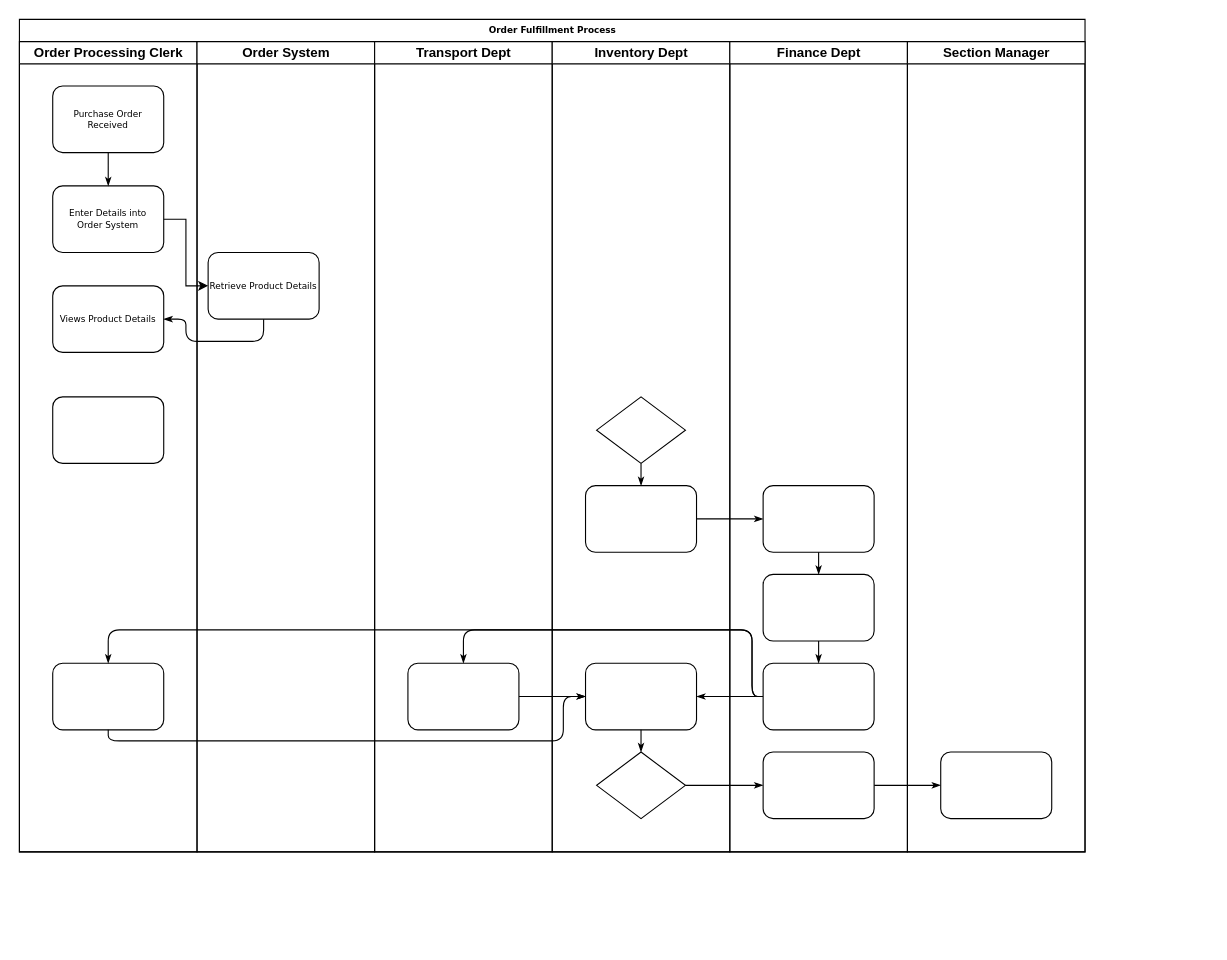
This is Activity Diagram.drawio from andrewjtgh/Use-Case-Diagrams, a draw.io file, before an edit. Source tidied: cells renumbered, new cells numbered last; positions are measured from the earlier drawing's top-left corner, leaving out a move shared by most shapes. Both pictures are drawn from the tidied source at 111%, with x=0, y=0 at pixel (19, 19).
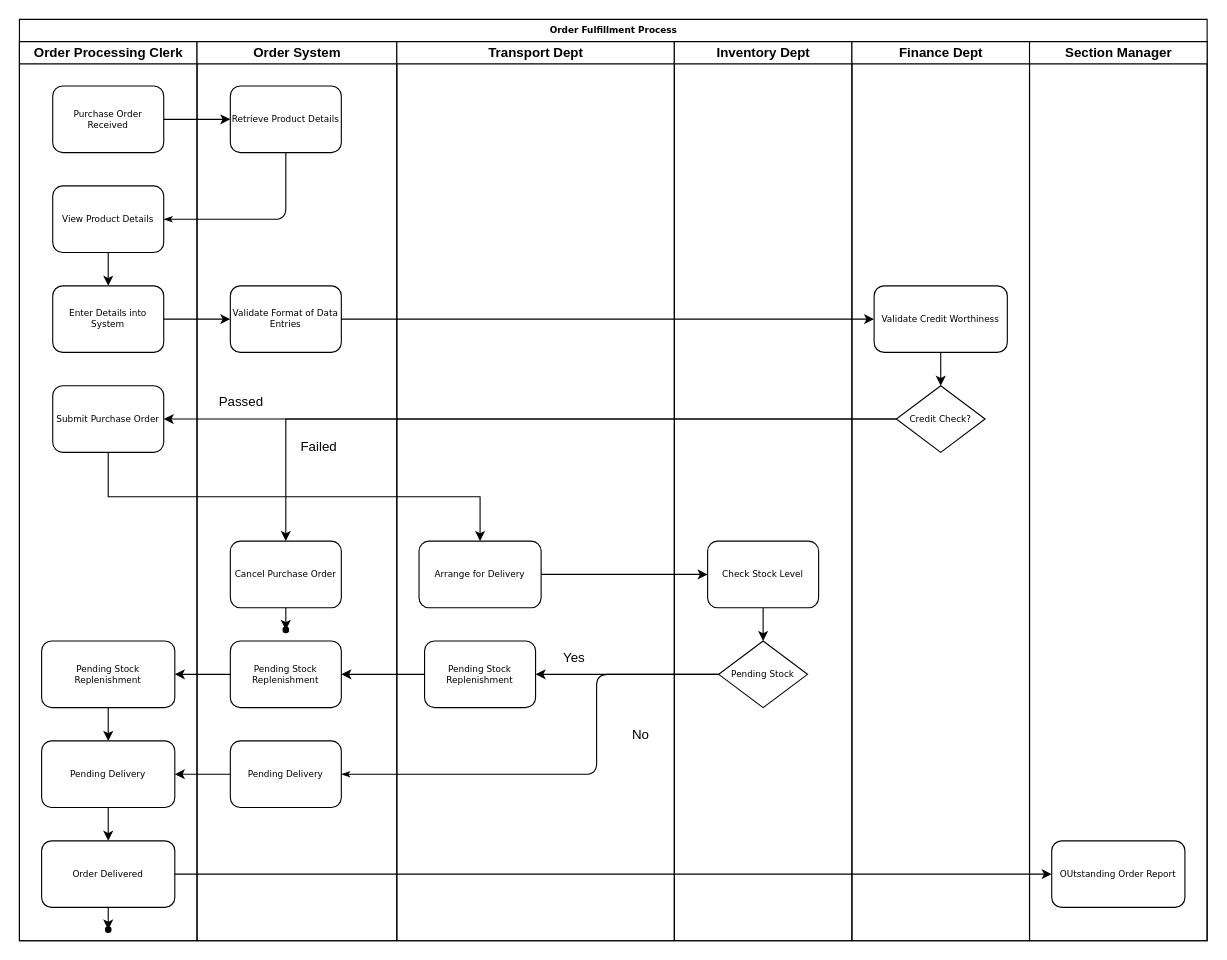
The same page after the edit.

The change refers to these unchanged cells:
```xml
<mxCell id="4" value="Purchase Order Received" style="rounded=1;whiteSpace=wrap;html=1;shadow=0;labelBackgroundColor=none;strokeWidth=1;fontFamily=Verdana;fontSize=8;align=center;" parent="3" vertex="1">
  <mxGeometry x="30" y="40" width="100" height="60" as="geometry" />
</mxCell>
```

The edit, as a diff of the source:
```diff
@@
     <mxCell id="2" value="Order Fulfillment Process" style="swimlane;html=1;startSize=20;rounded=0;shadow=0;labelBackgroundColor=none;strokeWidth=1;fontFamily=Verdana;fontSize=8;align=center;" parent="1" vertex="1">
-      <mxGeometry width="960" height="750" as="geometry" />
+      <mxGeometry width="1070" height="830" as="geometry" />
     </mxCell>
     <mxCell id="3" value="Order Processing Clerk" style="swimlane;html=1;startSize=20;" parent="2" vertex="1">
-      <mxGeometry y="20" width="160" height="730" as="geometry" />
+      <mxGeometry y="20" width="160" height="810" as="geometry" />
     </mxCell>
@@
+    <mxCell id="40" style="edgeStyle=orthogonalEdgeStyle;rounded=0;jettySize=auto;html=1;" parent="3" edge="1" source="5" target="9">
+      <mxGeometry relative="1" as="geometry" />
+    </mxCell>
-    <mxCell id="5" value="Views Product Details" style="rounded=1;whiteSpace=wrap;html=1;shadow=0;labelBackgroundColor=none;strokeWidth=1;fontFamily=Verdana;fontSize=8;align=center;" parent="3" vertex="1">
-      <mxGeometry x="30" y="220" width="100" height="60" as="geometry" />
+    <mxCell id="5" value="View&amp;nbsp;Product Details" style="rounded=1;whiteSpace=wrap;html=1;shadow=0;labelBackgroundColor=none;strokeWidth=1;fontFamily=Verdana;fontSize=8;align=center;" parent="3" vertex="1">
+      <mxGeometry x="30" y="130" width="100" height="60" as="geometry" />
     </mxCell>
-    <mxCell id="6" style="rounded=1;whiteSpace=wrap;html=1;shadow=0;labelBackgroundColor=none;strokeWidth=1;fontFamily=Verdana;fontSize=8;align=center;" parent="3" vertex="1">
-      <mxGeometry x="30" y="560" width="100" height="60" as="geometry" />
-    </mxCell>
-    <mxCell id="7" value="Enter Details into &lt;br&gt;Order&amp;nbsp;System" style="rounded=1;whiteSpace=wrap;html=1;shadow=0;labelBackgroundColor=none;strokeWidth=1;fontFamily=Verdana;fontSize=8;align=center;" parent="3" vertex="1">
-      <mxGeometry x="30" y="130" width="100" height="60" as="geometry" />
-    </mxCell>
-    <mxCell id="8" style="edgeStyle=orthogonalEdgeStyle;rounded=1;html=1;labelBackgroundColor=none;startArrow=none;startFill=0;startSize=5;endArrow=classicThin;endFill=1;endSize=5;jettySize=auto;strokeWidth=1;fontFamily=Verdana;fontSize=8;" parent="3" edge="1" source="4" target="7">
-      <mxGeometry relative="1" as="geometry" />
-    </mxCell>
-    <mxCell id="9" style="rounded=1;whiteSpace=wrap;html=1;shadow=0;labelBackgroundColor=none;strokeWidth=1;fontFamily=Verdana;fontSize=8;align=center;" parent="3" vertex="1">
-      <mxGeometry x="30" y="320" width="100" height="60" as="geometry" />
+    <mxCell id="9" value="Enter Details into System" style="rounded=1;whiteSpace=wrap;html=1;shadow=0;labelBackgroundColor=none;strokeWidth=1;fontFamily=Verdana;fontSize=8;align=center;" parent="3" vertex="1">
+      <mxGeometry x="30" y="220" width="100" height="60" as="geometry" />
     </mxCell>
-    <mxCell id="10" style="edgeStyle=orthogonalEdgeStyle;rounded=1;html=1;labelBackgroundColor=none;startArrow=none;startFill=0;startSize=5;endArrow=classicThin;endFill=1;endSize=5;jettySize=auto;strokeWidth=1;fontFamily=Verdana;fontSize=8;" parent="2" edge="1" source="26" target="33">
-      <mxGeometry relative="1" as="geometry" />
-    </mxCell>
-    <mxCell id="11" style="edgeStyle=orthogonalEdgeStyle;rounded=1;html=1;labelBackgroundColor=none;startArrow=none;startFill=0;startSize=5;endArrow=classicThin;endFill=1;endSize=5;jettySize=auto;strokeWidth=1;fontFamily=Verdana;fontSize=8;" parent="2" edge="1" source="33" target="37">
-      <mxGeometry relative="1" as="geometry" />
-    </mxCell>
-    <mxCell id="12" style="edgeStyle=orthogonalEdgeStyle;rounded=1;html=1;labelBackgroundColor=none;startArrow=none;startFill=0;startSize=5;endArrow=classicThin;endFill=1;endSize=5;jettySize=auto;strokeWidth=1;fontFamily=Verdana;fontSize=8;" parent="2" edge="1" source="24" target="30">
-      <mxGeometry relative="1" as="geometry" />
-    </mxCell>
-    <mxCell id="13" style="edgeStyle=orthogonalEdgeStyle;rounded=1;html=1;labelBackgroundColor=none;startArrow=none;startFill=0;startSize=5;endArrow=classicThin;endFill=1;endSize=5;jettySize=auto;strokeWidth=1;fontFamily=Verdana;fontSize=8;" parent="2" edge="1" source="32" target="21">
-      <mxGeometry relative="1" as="geometry">
-        <Array as="points">
-          <mxPoint x="660" y="610" />
-          <mxPoint x="660" y="550" />
-          <mxPoint x="400" y="550" />
-        </Array>
-      </mxGeometry>
-    </mxCell>
-    <mxCell id="14" style="edgeStyle=orthogonalEdgeStyle;rounded=1;html=1;labelBackgroundColor=none;startArrow=none;startFill=0;startSize=5;endArrow=classicThin;endFill=1;endSize=5;jettySize=auto;strokeColor=#000000;strokeWidth=1;fontFamily=Verdana;fontSize=8;fontColor=#000000;" parent="2" edge="1" source="32" target="25">
-      <mxGeometry relative="1" as="geometry" />
-    </mxCell>
-    <mxCell id="15" style="edgeStyle=orthogonalEdgeStyle;rounded=1;html=1;labelBackgroundColor=none;startArrow=none;startFill=0;startSize=5;endArrow=classicThin;endFill=1;endSize=5;jettySize=auto;strokeWidth=1;fontFamily=Verdana;fontSize=8;" parent="2" edge="1" source="32" target="6">
-      <mxGeometry relative="1" as="geometry">
-        <Array as="points">
-          <mxPoint x="660" y="610" />
-          <mxPoint x="660" y="550" />
-          <mxPoint x="80" y="550" />
-        </Array>
-      </mxGeometry>
-    </mxCell>
-    <mxCell id="16" style="edgeStyle=orthogonalEdgeStyle;rounded=1;html=1;labelBackgroundColor=none;startArrow=none;startFill=0;startSize=5;endArrow=classicThin;endFill=1;endSize=5;jettySize=auto;strokeWidth=1;fontFamily=Verdana;fontSize=8;" parent="2" edge="1" source="6" target="25">
-      <mxGeometry relative="1" as="geometry">
-        <Array as="points">
-          <mxPoint x="80" y="650" />
-          <mxPoint x="490" y="650" />
-          <mxPoint x="490" y="610" />
-        </Array>
-      </mxGeometry>
-    </mxCell>
-    <mxCell id="17" style="edgeStyle=orthogonalEdgeStyle;rounded=1;html=1;labelBackgroundColor=none;startArrow=none;startFill=0;startSize=5;endArrow=classicThin;endFill=1;endSize=5;jettySize=auto;strokeWidth=1;fontFamily=Verdana;fontSize=8;" parent="2" edge="1" source="21" target="25">
-      <mxGeometry relative="1" as="geometry" />
-    </mxCell>
+    <mxCell id="41" value="Submit Purchase Order" style="rounded=1;whiteSpace=wrap;html=1;shadow=0;labelBackgroundColor=none;strokeWidth=1;fontFamily=Verdana;fontSize=8;align=center;" parent="3" vertex="1">
+      <mxGeometry x="30" y="310" width="100" height="60" as="geometry" />
+    </mxCell>
+    <mxCell id="42" style="edgeStyle=orthogonalEdgeStyle;rounded=0;jettySize=auto;html=1;" parent="3" edge="1" source="43" target="45">
+      <mxGeometry relative="1" as="geometry" />
+    </mxCell>
+    <mxCell id="43" value="Pending Stock Replenishment" style="rounded=1;whiteSpace=wrap;html=1;fontSize=8;fontFamily=Verdana;shadow=0;labelBackgroundColor=none;strokeWidth=1;" parent="3" vertex="1">
+      <mxGeometry x="20" y="540" width="120" height="60" as="geometry" />
+    </mxCell>
+    <mxCell id="44" style="edgeStyle=orthogonalEdgeStyle;rounded=0;jettySize=auto;html=1;" parent="3" edge="1" source="45" target="46">
+      <mxGeometry relative="1" as="geometry" />
+    </mxCell>
+    <mxCell id="45" value="Pending Delivery" style="rounded=1;whiteSpace=wrap;html=1;fontSize=8;fontFamily=Verdana;shadow=0;labelBackgroundColor=none;strokeWidth=1;" parent="3" vertex="1">
+      <mxGeometry x="20" y="630" width="120" height="60" as="geometry" />
+    </mxCell>
+    <mxCell id="46" value="Order Delivered" style="rounded=1;whiteSpace=wrap;html=1;fontSize=8;fontFamily=Verdana;shadow=0;labelBackgroundColor=none;strokeWidth=1;" parent="3" vertex="1">
+      <mxGeometry x="20" y="720" width="120" height="60" as="geometry" />
+    </mxCell>
+    <mxCell id="47" style="edgeStyle=orthogonalEdgeStyle;rounded=0;jettySize=auto;html=1;" parent="3" edge="1" target="48">
+      <mxGeometry relative="1" as="geometry">
+        <mxPoint x="80" y="780" as="sourcePoint" />
+      </mxGeometry>
+    </mxCell>
+    <mxCell id="48" style="shape=waypoint;sketch=0;size=6;points=[];fillColor=default;perimeter=centerPerimeter;snapToPoint=1;fontSize=8;fontFamily=Verdana;rounded=1;shadow=0;labelBackgroundColor=none;strokeWidth=1;" parent="3" vertex="1">
+      <mxGeometry x="70" y="790" width="20" height="20" as="geometry" />
+    </mxCell>
     <mxCell id="18" value="Order System" style="swimlane;html=1;startSize=20;" parent="2" vertex="1">
-      <mxGeometry x="160" y="20" width="160" height="730" as="geometry" />
+      <mxGeometry x="160" y="20" width="180" height="810" as="geometry" />
     </mxCell>
     <mxCell id="19" value="Retrieve Product Details" style="rounded=1;whiteSpace=wrap;html=1;shadow=0;labelBackgroundColor=none;strokeWidth=1;fontFamily=Verdana;fontSize=8;align=center;" parent="18" vertex="1">
-      <mxGeometry x="10" y="190" width="100" height="60" as="geometry" />
+      <mxGeometry x="30" y="40" width="100" height="60" as="geometry" />
     </mxCell>
+    <mxCell id="49" value="Validate Format of Data Entries" style="whiteSpace=wrap;html=1;fontSize=8;fontFamily=Verdana;rounded=1;shadow=0;labelBackgroundColor=none;strokeWidth=1;" parent="18" vertex="1">
+      <mxGeometry x="30" y="220" width="100" height="60" as="geometry" />
+    </mxCell>
+    <mxCell id="50" style="edgeStyle=orthogonalEdgeStyle;rounded=0;jettySize=auto;html=1;" parent="18" edge="1" source="24" target="52">
+      <mxGeometry relative="1" as="geometry" />
+    </mxCell>
+    <mxCell id="24" value="Cancel Purchase Order" style="rounded=1;whiteSpace=wrap;html=1;shadow=0;labelBackgroundColor=none;strokeWidth=1;fontFamily=Verdana;fontSize=8;align=center;" parent="18" vertex="1">
+      <mxGeometry x="30" y="450" width="100" height="60" as="geometry" />
+    </mxCell>
+    <mxCell id="51" value="Failed" style="text;html=1;strokeColor=none;fillColor=none;align=center;verticalAlign=middle;whiteSpace=wrap;rounded=0;" parent="18" vertex="1">
+      <mxGeometry x="80" y="350" width="60" height="30" as="geometry" />
+    </mxCell>
+    <mxCell id="52" style="shape=waypoint;sketch=0;size=6;points=[];fillColor=default;perimeter=centerPerimeter;snapToPoint=1;fontSize=8;fontFamily=Verdana;rounded=1;shadow=0;labelBackgroundColor=none;strokeWidth=1;" parent="18" vertex="1">
+      <mxGeometry x="70" y="520" width="20" height="20" as="geometry" />
+    </mxCell>
+    <mxCell id="53" value="Passed" style="text;html=1;strokeColor=none;fillColor=none;align=center;verticalAlign=middle;whiteSpace=wrap;rounded=0;" parent="18" vertex="1">
+      <mxGeometry x="10" y="310" width="60" height="30" as="geometry" />
+    </mxCell>
+    <mxCell id="54" value="Pending Stock Replenishment" style="whiteSpace=wrap;html=1;fontSize=8;fontFamily=Verdana;rounded=1;shadow=0;labelBackgroundColor=none;strokeWidth=1;" parent="18" vertex="1">
+      <mxGeometry x="30" y="540" width="100" height="60" as="geometry" />
+    </mxCell>
+    <mxCell id="33" value="Pending Delivery" style="rounded=1;whiteSpace=wrap;html=1;shadow=0;labelBackgroundColor=none;strokeWidth=1;fontFamily=Verdana;fontSize=8;align=center;" parent="18" vertex="1">
+      <mxGeometry x="30" y="630" width="100" height="60" as="geometry" />
+    </mxCell>
     <mxCell id="20" value="Transport Dept" style="swimlane;html=1;startSize=20;" parent="2" vertex="1">
-      <mxGeometry x="320" y="20" width="160" height="730" as="geometry" />
+      <mxGeometry x="340" y="20" width="250" height="810" as="geometry" />
     </mxCell>
+    <mxCell id="55" value="Arrange for Delivery" style="whiteSpace=wrap;html=1;fontSize=8;fontFamily=Verdana;rounded=1;shadow=0;labelBackgroundColor=none;strokeWidth=1;" parent="20" vertex="1">
+      <mxGeometry x="20" y="450" width="110" height="60" as="geometry" />
+    </mxCell>
+    <mxCell id="25" value="Pending Stock Replenishment" style="rounded=1;whiteSpace=wrap;html=1;shadow=0;labelBackgroundColor=none;strokeWidth=1;fontFamily=Verdana;fontSize=8;align=center;" parent="20" vertex="1">
+      <mxGeometry x="25" y="540" width="100" height="60" as="geometry" />
+    </mxCell>
+    <mxCell id="56" value="Yes" style="text;html=1;strokeColor=none;fillColor=none;align=center;verticalAlign=middle;whiteSpace=wrap;rounded=0;" parent="20" vertex="1">
+      <mxGeometry x="130" y="540" width="60" height="30" as="geometry" />
+    </mxCell>
+    <mxCell id="57" value="No" style="text;html=1;strokeColor=none;fillColor=none;align=center;verticalAlign=middle;whiteSpace=wrap;rounded=0;" parent="20" vertex="1">
+      <mxGeometry x="190" y="610" width="60" height="30" as="geometry" />
+    </mxCell>
+    <mxCell id="22" value="Inventory Dept" style="swimlane;html=1;startSize=20;" parent="2" vertex="1">
+      <mxGeometry x="590" y="20" width="160" height="810" as="geometry" />
+    </mxCell>
+    <mxCell id="26" value="Pending Stock" style="rhombus;whiteSpace=wrap;html=1;rounded=0;shadow=0;labelBackgroundColor=none;strokeWidth=1;fontFamily=Verdana;fontSize=8;align=center;" parent="22" vertex="1">
+      <mxGeometry x="40" y="540" width="80" height="60" as="geometry" />
+    </mxCell>
+    <mxCell id="58" style="edgeStyle=orthogonalEdgeStyle;rounded=0;jettySize=auto;html=1;" parent="22" edge="1" source="21" target="26">
+      <mxGeometry relative="1" as="geometry" />
+    </mxCell>
-    <mxCell id="21" style="rounded=1;whiteSpace=wrap;html=1;shadow=0;labelBackgroundColor=none;strokeWidth=1;fontFamily=Verdana;fontSize=8;align=center;" parent="20" vertex="1">
-      <mxGeometry x="30" y="560" width="100" height="60" as="geometry" />
+    <mxCell id="21" value="Check Stock Level" style="rounded=1;whiteSpace=wrap;html=1;shadow=0;labelBackgroundColor=none;strokeWidth=1;fontFamily=Verdana;fontSize=8;align=center;" parent="22" vertex="1">
+      <mxGeometry x="30" y="450" width="100" height="60" as="geometry" />
     </mxCell>
-    <mxCell id="22" value="Inventory Dept" style="swimlane;html=1;startSize=20;" parent="2" vertex="1">
-      <mxGeometry x="480" y="20" width="160" height="730" as="geometry" />
-    </mxCell>
+    <mxCell id="29" value="Finance Dept" style="swimlane;html=1;startSize=20;" parent="2" vertex="1">
+      <mxGeometry x="750" y="20" width="160" height="810" as="geometry" />
+    </mxCell>
+    <mxCell id="59" style="edgeStyle=orthogonalEdgeStyle;rounded=0;jettySize=auto;html=1;" parent="29" edge="1" source="60" target="23">
+      <mxGeometry relative="1" as="geometry" />
+    </mxCell>
+    <mxCell id="60" value="Validate Credit Worthiness" style="whiteSpace=wrap;html=1;fontSize=8;fontFamily=Verdana;rounded=1;shadow=0;labelBackgroundColor=none;strokeWidth=1;" parent="29" vertex="1">
+      <mxGeometry x="20" y="220" width="120" height="60" as="geometry" />
+    </mxCell>
-    <mxCell id="23" style="rhombus;whiteSpace=wrap;html=1;rounded=0;shadow=0;labelBackgroundColor=none;strokeWidth=1;fontFamily=Verdana;fontSize=8;align=center;" parent="22" vertex="1">
-      <mxGeometry x="40" y="320" width="80" height="60" as="geometry" />
+    <mxCell id="23" value="Credit Check?" style="rhombus;whiteSpace=wrap;html=1;rounded=0;shadow=0;labelBackgroundColor=none;strokeWidth=1;fontFamily=Verdana;fontSize=8;align=center;" parent="29" vertex="1">
+      <mxGeometry x="40" y="310" width="80" height="60" as="geometry" />
     </mxCell>
-    <mxCell id="24" style="rounded=1;whiteSpace=wrap;html=1;shadow=0;labelBackgroundColor=none;strokeWidth=1;fontFamily=Verdana;fontSize=8;align=center;" parent="22" vertex="1">
-      <mxGeometry x="30" y="400" width="100" height="60" as="geometry" />
-    </mxCell>
-    <mxCell id="25" style="rounded=1;whiteSpace=wrap;html=1;shadow=0;labelBackgroundColor=none;strokeWidth=1;fontFamily=Verdana;fontSize=8;align=center;" parent="22" vertex="1">
-      <mxGeometry x="30" y="560" width="100" height="60" as="geometry" />
-    </mxCell>
-    <mxCell id="26" style="rhombus;whiteSpace=wrap;html=1;rounded=0;shadow=0;labelBackgroundColor=none;strokeWidth=1;fontFamily=Verdana;fontSize=8;align=center;" parent="22" vertex="1">
-      <mxGeometry x="40" y="640" width="80" height="60" as="geometry" />
-    </mxCell>
-    <mxCell id="27" style="edgeStyle=orthogonalEdgeStyle;rounded=1;html=1;labelBackgroundColor=none;startArrow=none;startFill=0;startSize=5;endArrow=classicThin;endFill=1;endSize=5;jettySize=auto;strokeWidth=1;fontFamily=Verdana;fontSize=8;" parent="22" edge="1" source="23" target="24">
-      <mxGeometry relative="1" as="geometry" />
-    </mxCell>
-    <mxCell id="28" style="edgeStyle=orthogonalEdgeStyle;rounded=1;html=1;labelBackgroundColor=none;startArrow=none;startFill=0;startSize=5;endArrow=classicThin;endFill=1;endSize=5;jettySize=auto;strokeWidth=1;fontFamily=Verdana;fontSize=8;" parent="22" edge="1" source="25" target="26">
-      <mxGeometry relative="1" as="geometry" />
-    </mxCell>
-    <mxCell id="29" value="Finance Dept" style="swimlane;html=1;startSize=20;" parent="2" vertex="1">
-      <mxGeometry x="640" y="20" width="160" height="730" as="geometry" />
-    </mxCell>
-    <mxCell id="30" style="rounded=1;whiteSpace=wrap;html=1;shadow=0;labelBackgroundColor=none;strokeWidth=1;fontFamily=Verdana;fontSize=8;align=center;" parent="29" vertex="1">
-      <mxGeometry x="30" y="400" width="100" height="60" as="geometry" />
-    </mxCell>
-    <mxCell id="31" style="rounded=1;whiteSpace=wrap;html=1;shadow=0;labelBackgroundColor=none;strokeWidth=1;fontFamily=Verdana;fontSize=8;align=center;" parent="29" vertex="1">
-      <mxGeometry x="30" y="480" width="100" height="60" as="geometry" />
-    </mxCell>
-    <mxCell id="32" style="rounded=1;whiteSpace=wrap;html=1;shadow=0;labelBackgroundColor=none;strokeWidth=1;fontFamily=Verdana;fontSize=8;align=center;" parent="29" vertex="1">
-      <mxGeometry x="30" y="560" width="100" height="60" as="geometry" />
-    </mxCell>
-    <mxCell id="33" style="rounded=1;whiteSpace=wrap;html=1;shadow=0;labelBackgroundColor=none;strokeWidth=1;fontFamily=Verdana;fontSize=8;align=center;" parent="29" vertex="1">
-      <mxGeometry x="30" y="640" width="100" height="60" as="geometry" />
-    </mxCell>
-    <mxCell id="34" style="edgeStyle=orthogonalEdgeStyle;rounded=1;html=1;labelBackgroundColor=none;startArrow=none;startFill=0;startSize=5;endArrow=classicThin;endFill=1;endSize=5;jettySize=auto;strokeWidth=1;fontFamily=Verdana;fontSize=8;" parent="29" edge="1" source="30" target="31">
-      <mxGeometry relative="1" as="geometry" />
-    </mxCell>
-    <mxCell id="35" style="edgeStyle=orthogonalEdgeStyle;rounded=1;html=1;labelBackgroundColor=none;startArrow=none;startFill=0;startSize=5;endArrow=classicThin;endFill=1;endSize=5;jettySize=auto;strokeWidth=1;fontFamily=Verdana;fontSize=8;" parent="29" edge="1" source="31" target="32">
-      <mxGeometry relative="1" as="geometry" />
-    </mxCell>
     <mxCell id="36" value="Section Manager" style="swimlane;html=1;startSize=20;" parent="2" vertex="1">
-      <mxGeometry x="800" y="20" width="160" height="730" as="geometry" />
+      <mxGeometry x="910" y="20" width="160" height="810" as="geometry" />
     </mxCell>
-    <mxCell id="37" style="rounded=1;whiteSpace=wrap;html=1;shadow=0;labelBackgroundColor=none;strokeWidth=1;fontFamily=Verdana;fontSize=8;align=center;" parent="36" vertex="1">
-      <mxGeometry x="30" y="640" width="100" height="60" as="geometry" />
-    </mxCell>
+    <mxCell id="61" value="OUtstanding Order Report" style="rounded=1;whiteSpace=wrap;html=1;fontSize=8;fontFamily=Verdana;shadow=0;labelBackgroundColor=none;strokeWidth=1;" parent="36" vertex="1">
+      <mxGeometry x="20" y="720" width="120" height="60" as="geometry" />
+    </mxCell>
@@
-    <mxCell id="39" style="edgeStyle=orthogonalEdgeStyle;rounded=0;jettySize=auto;html=1;" parent="2" edge="1" source="7" target="19">
-      <mxGeometry relative="1" as="geometry" />
+    <mxCell id="39" style="edgeStyle=orthogonalEdgeStyle;rounded=0;jettySize=auto;html=1;" parent="2" edge="1" target="19">
+      <mxGeometry relative="1" as="geometry">
+        <mxPoint x="130" y="90" as="sourcePoint" />
+        <Array as="points">
+          <mxPoint x="130" y="90" />
+        </Array>
+      </mxGeometry>
     </mxCell>
+    <mxCell id="62" style="edgeStyle=orthogonalEdgeStyle;rounded=0;jettySize=auto;html=1;" parent="2" edge="1" source="9" target="49">
+      <mxGeometry relative="1" as="geometry" />
+    </mxCell>
+    <mxCell id="63" style="edgeStyle=orthogonalEdgeStyle;rounded=0;jettySize=auto;html=1;" parent="2" edge="1" source="49" target="60">
+      <mxGeometry relative="1" as="geometry" />
+    </mxCell>
+    <mxCell id="64" style="edgeStyle=orthogonalEdgeStyle;rounded=0;jettySize=auto;html=1;entryX=1;entryY=0.5;entryDx=0;entryDy=0;" parent="2" edge="1" source="23" target="41">
+      <mxGeometry relative="1" as="geometry" />
+    </mxCell>
+    <mxCell id="27" style="edgeStyle=orthogonalEdgeStyle;rounded=0;jettySize=auto;html=1;" parent="2" edge="1" source="23" target="24">
+      <mxGeometry relative="1" as="geometry" />
+    </mxCell>
+    <mxCell id="65" style="edgeStyle=orthogonalEdgeStyle;rounded=0;jettySize=auto;html=1;exitX=0.5;exitY=1;exitDx=0;exitDy=0;" parent="2" edge="1" source="41" target="55">
+      <mxGeometry relative="1" as="geometry" />
+    </mxCell>
+    <mxCell id="66" style="edgeStyle=orthogonalEdgeStyle;rounded=0;jettySize=auto;html=1;" parent="2" edge="1" source="55" target="21">
+      <mxGeometry relative="1" as="geometry" />
+    </mxCell>
+    <mxCell id="67" style="edgeStyle=orthogonalEdgeStyle;rounded=0;jettySize=auto;html=1;" parent="2" edge="1" source="26" target="25">
+      <mxGeometry relative="1" as="geometry" />
+    </mxCell>
+    <mxCell id="68" style="edgeStyle=orthogonalEdgeStyle;rounded=0;jettySize=auto;html=1;" parent="2" edge="1" source="25" target="54">
+      <mxGeometry relative="1" as="geometry" />
+    </mxCell>
+    <mxCell id="69" style="edgeStyle=orthogonalEdgeStyle;rounded=0;jettySize=auto;html=1;" parent="2" edge="1" source="54" target="43">
+      <mxGeometry relative="1" as="geometry" />
+    </mxCell>
+    <mxCell id="10" style="edgeStyle=orthogonalEdgeStyle;rounded=1;html=1;labelBackgroundColor=none;startArrow=none;startFill=0;startSize=5;endArrow=classicThin;endFill=1;endSize=5;jettySize=auto;strokeWidth=1;fontFamily=Verdana;fontSize=8;" parent="2" edge="1" source="26" target="33">
+      <mxGeometry relative="1" as="geometry">
+        <Array as="points">
+          <mxPoint x="520" y="680" />
+        </Array>
+      </mxGeometry>
+    </mxCell>
+    <mxCell id="70" style="edgeStyle=orthogonalEdgeStyle;rounded=0;jettySize=auto;html=1;" parent="2" edge="1" source="33" target="45">
+      <mxGeometry relative="1" as="geometry" />
+    </mxCell>
+    <mxCell id="71" style="edgeStyle=orthogonalEdgeStyle;rounded=0;jettySize=auto;html=1;" parent="2" edge="1" source="46" target="61">
+      <mxGeometry relative="1" as="geometry" />
+    </mxCell>
```
